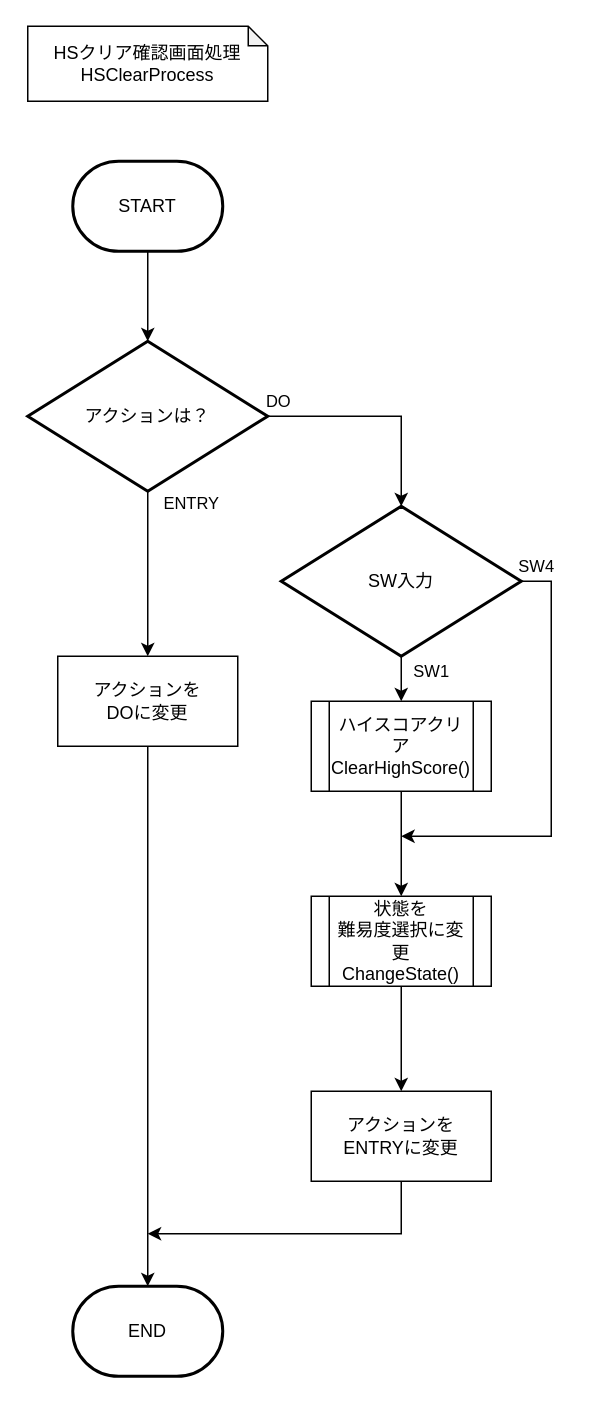
This is page "HSクリア確認画面" (4 of 10) of 資料/設計書/フローチャート/モグラ叩き_フローチャート_ゲーム前.drawio from hakohumi/comp.train.whack-a-mole, a draw.io file, before an edit. Source tidied: cells renumbered, new cells numbered last; positions are measured from the earlier drawing's top-left corner, leaving out a move shared by most shapes. Both pictures are drawn from the tidied source at 150%, with x=0, y=0 at pixel (27, 26).
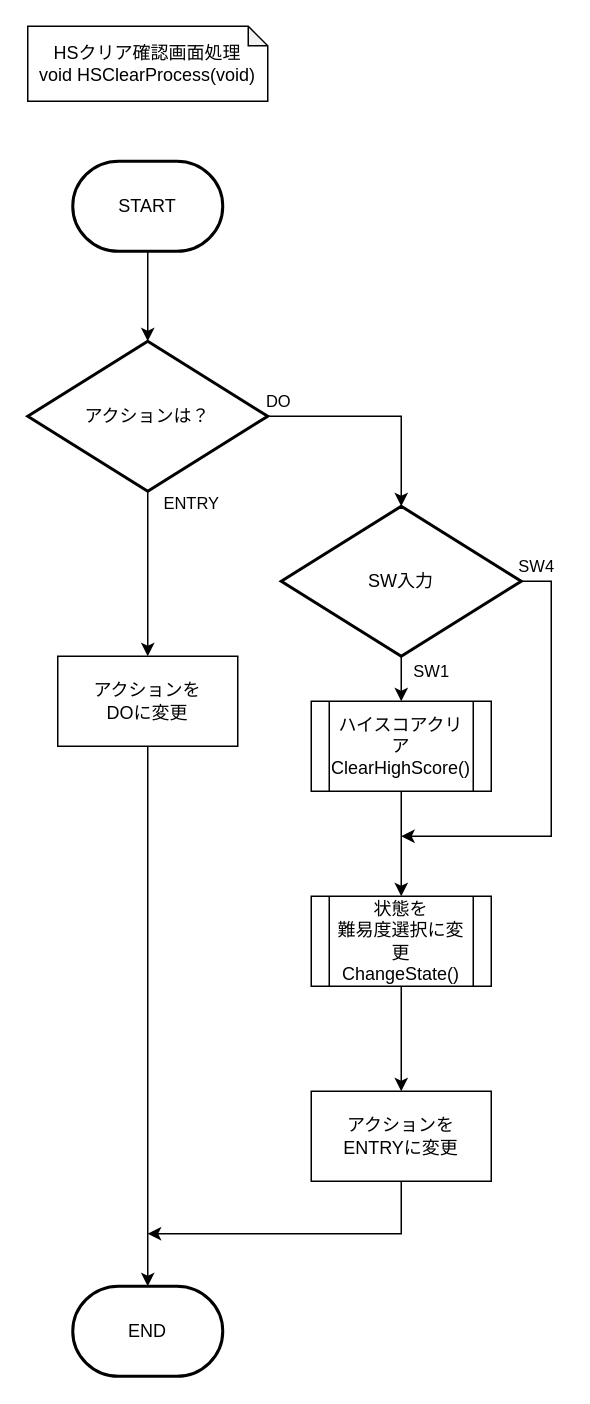
Above is the later version.

Diff of the diagram source:
```diff
@@
-    <mxCell id="2" value="HSクリア確認画面処理&lt;br&gt;HSClearProcess" style="shape=note;whiteSpace=wrap;html=1;backgroundOutline=1;darkOpacity=0.05;size=13;" parent="1" vertex="1">
+    <mxCell id="2" value="HSクリア確認画面処理&lt;br&gt;void HSClearProcess(void)" style="shape=note;whiteSpace=wrap;html=1;backgroundOutline=1;darkOpacity=0.05;size=13;" parent="1" vertex="1">
       <mxGeometry width="160" height="50" as="geometry" />
     </mxCell>
```
